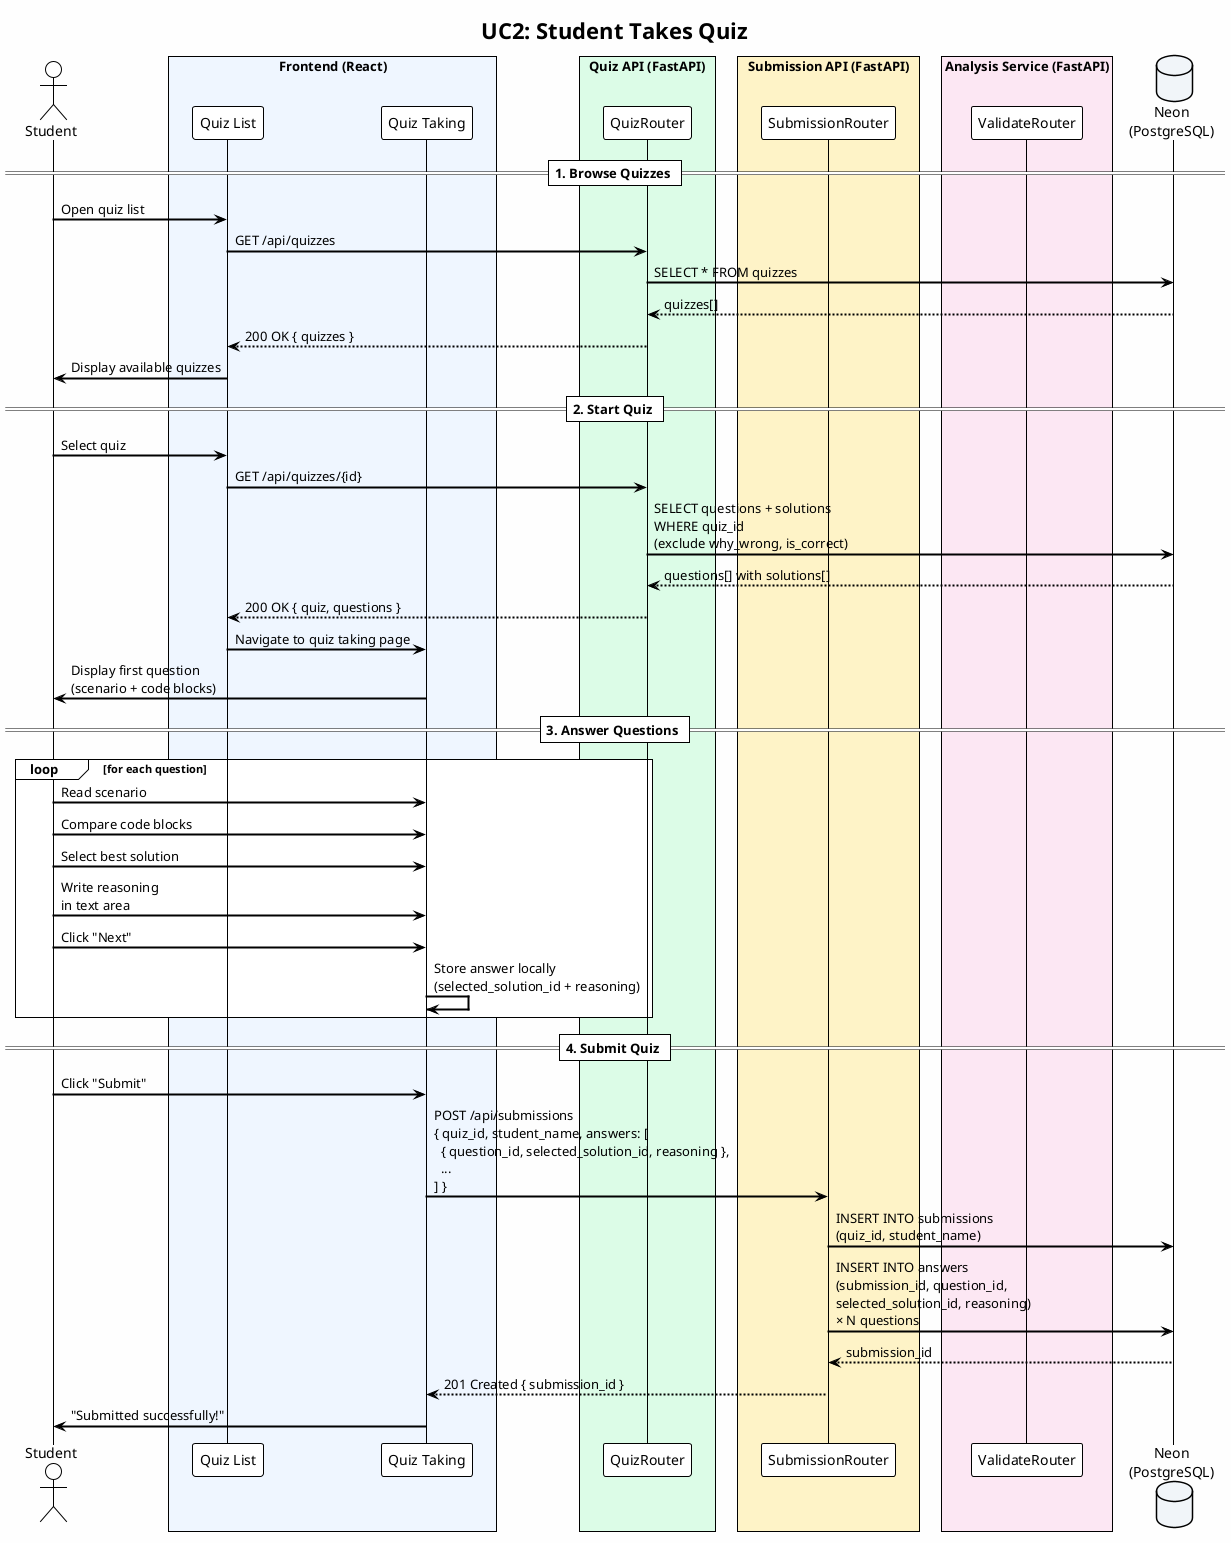
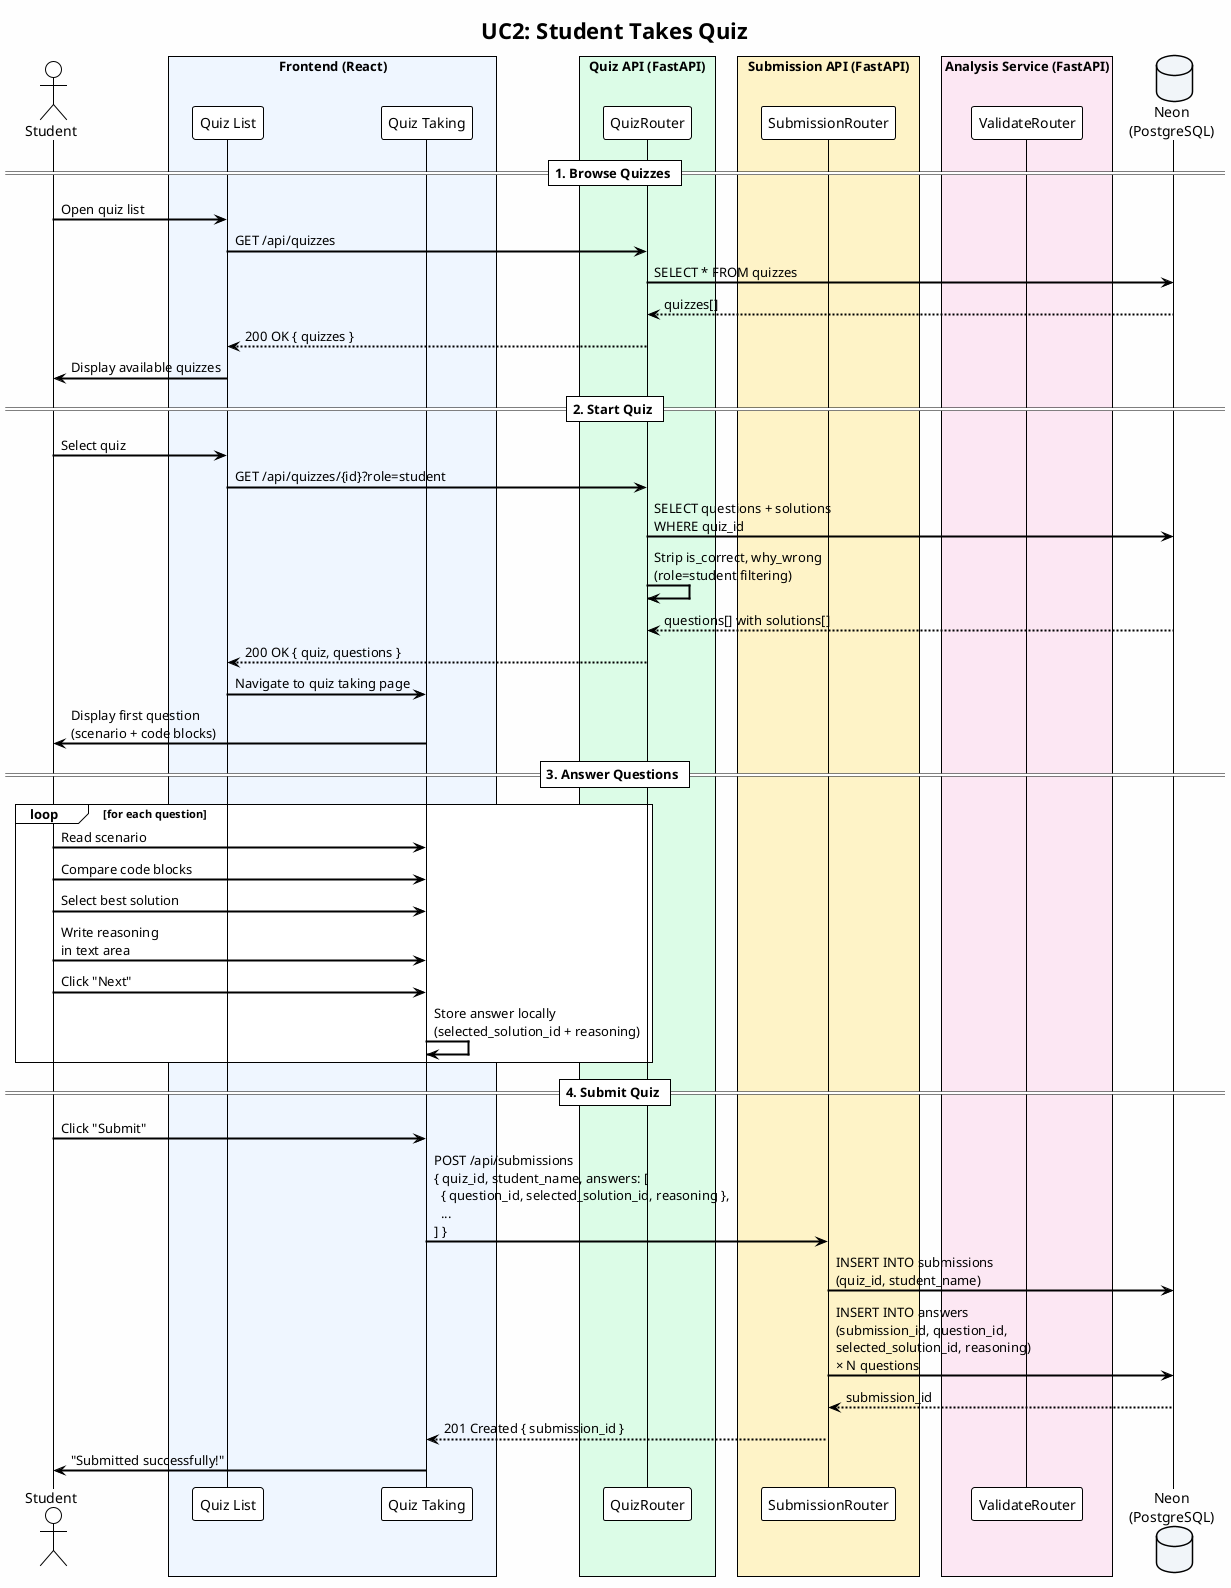
@startuml Student Takes Quiz
!theme plain
skinparam backgroundColor #FEFEFE
skinparam defaultFontName "Segoe UI"
skinparam shadowing false
skinparam sequenceArrowThickness 2
skinparam participantPadding 20
skinparam boxPadding 10

title UC2: Student Takes Quiz

actor Student as S
box "Frontend (React)" #EFF6FF
  participant "Quiz List" as QL
  participant "Quiz Taking" as QT
end box
box "Quiz API (FastAPI)" #DCFCE7
  participant "QuizRouter" as QR
end box
box "Submission API (FastAPI)" #FEF3C7
  participant "SubmissionRouter" as SR
end box
box "Analysis Service (FastAPI)" #FCE7F3
  participant "ValidateRouter" as VR
end box
database "Neon\n(PostgreSQL)" as DB #F1F5F9

== 1. Browse Quizzes ==

S -> QL : Open quiz list
QL -> QR : GET /api/quizzes
QR -> DB : SELECT * FROM quizzes
DB --> QR : quizzes[]
QR --> QL : 200 OK { quizzes }
QL -> S : Display available quizzes

== 2. Start Quiz ==

S -> QL : Select quiz
- QL -> QR : GET /api/quizzes/{id}
- QR -> DB : SELECT questions + solutions\nWHERE quiz_id\n(exclude why_wrong, is_correct)
+ QL -> QR : GET /api/quizzes/{id}?role=student
+ QR -> DB : SELECT questions + solutions\nWHERE quiz_id
+ QR -> QR : Strip is_correct, why_wrong\n(role=student filtering)
DB --> QR : questions[] with solutions[]
QR --> QL : 200 OK { quiz, questions }
QL -> QT : Navigate to quiz taking page
QT -> S : Display first question\n(scenario + code blocks)

== 3. Answer Questions ==

loop for each question
  S -> QT : Read scenario
  S -> QT : Compare code blocks
  S -> QT : Select best solution
  S -> QT : Write reasoning\nin text area
  S -> QT : Click "Next"
  QT -> QT : Store answer locally\n(selected_solution_id + reasoning)
end

== 4. Submit Quiz ==

S -> QT : Click "Submit"
QT -> SR : POST /api/submissions\n{ quiz_id, student_name, answers: [\n  { question_id, selected_solution_id, reasoning },\n  ...\n] }
SR -> DB : INSERT INTO submissions\n(quiz_id, student_name)
SR -> DB : INSERT INTO answers\n(submission_id, question_id,\nselected_solution_id, reasoning)\n× N questions
DB --> SR : submission_id
SR --> QT : 201 Created { submission_id }
QT -> S : "Submitted successfully!"

@enduml
